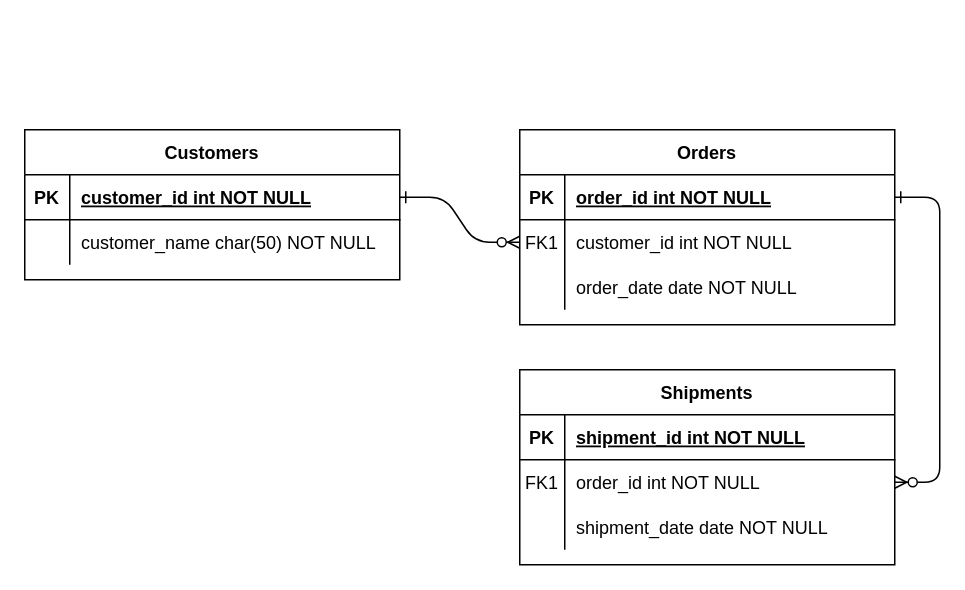
This is Untitled Diagram.drawio from Paiseley629/Assignment_1, a draw.io file, before an edit. Source tidied: cells renumbered, new cells numbered last; positions are measured from the earlier drawing's top-left corner, leaving out a move shared by most shapes. Both pictures are drawn from the tidied source at 150%, with x=0, y=0 at pixel (24, 129).
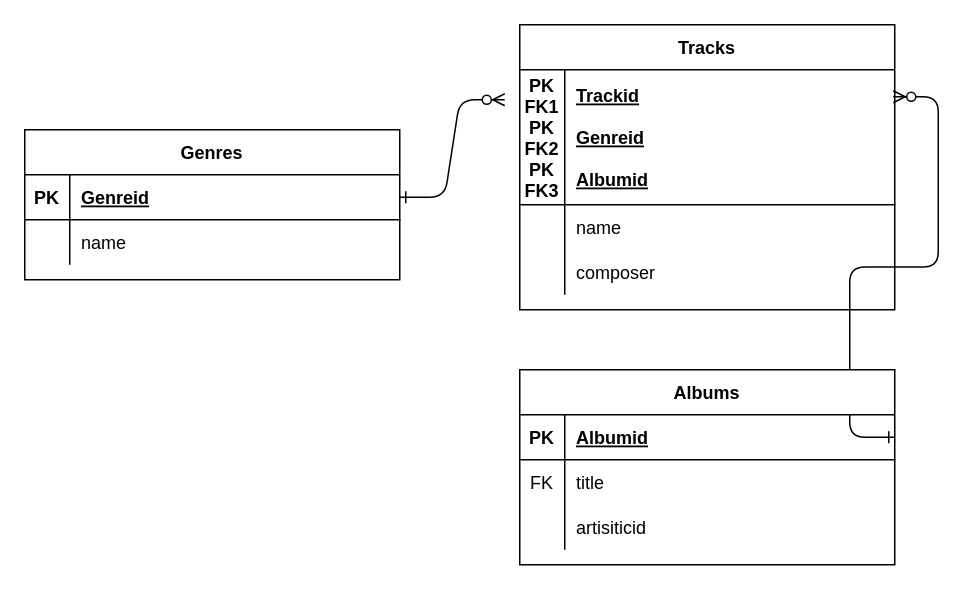
Above is the later version.

The change refers to these unchanged cells:
```xml
<mxCell id="15" style="shape=partialRectangle;fillColor=none;points=[[0,0.5],[1,0.5]];portConstraint=eastwest;top=0;left=0;right=0;bottom=1;" parent="14" vertex="1">
  <mxGeometry y="30" width="250" height="30" as="geometry" />
</mxCell>
<mxCell id="18" style="shape=partialRectangle;fillColor=none;points=[[0,0.5],[1,0.5]];portConstraint=eastwest;top=0;left=0;right=0;bottom=0;" parent="14" vertex="1">
  <mxGeometry y="60" width="250" height="30" as="geometry" />
</mxCell>
<mxCell id="21" style="shape=partialRectangle;fillColor=none;top=0;left=0;right=0;bottom=0;" parent="14" vertex="1">
  <mxGeometry y="90" width="250" height="30" as="geometry" />
</mxCell>
<mxCell id="25" style="shape=partialRectangle;fillColor=none;points=[[0,0.5],[1,0.5]];portConstraint=eastwest;top=0;left=0;right=0;bottom=1;" parent="24" vertex="1">
  <mxGeometry y="30" width="250" height="30" as="geometry" />
</mxCell>
<mxCell id="28" style="shape=partialRectangle;fillColor=none;top=0;left=0;right=0;bottom=0;" parent="24" vertex="1">
  <mxGeometry y="60" width="250" height="30" as="geometry" />
</mxCell>
```

Change to the diagram source:
```diff
@@
+    <mxCell id="3" style="edgeStyle=entityRelationEdgeStyle;endArrow=ERzeroToMany;startArrow=ERone;endFill=1;startFill=0;entryX=0.996;entryY=0.2;entryDx=0;entryDy=0;entryPerimeter=0;exitX=1;exitY=0.5;exitDx=0;exitDy=0;" parent="1" edge="1" source="15" target="5">
+      <mxGeometry relative="1" as="geometry" />
+    </mxCell>
-    <mxCell id="2" style="edgeStyle=entityRelationEdgeStyle;endArrow=ERzeroToMany;startArrow=ERone;endFill=1;startFill=0;" parent="1" edge="1" source="25" target="8">
-      <mxGeometry relative="1" as="geometry" />
+    <mxCell id="2" style="edgeStyle=entityRelationEdgeStyle;endArrow=ERzeroToMany;startArrow=ERone;endFill=1;startFill=0;" parent="1" edge="1" source="25">
+      <mxGeometry relative="1" as="geometry">
+        <mxPoint x="320" y="-20" as="targetPoint" />
+      </mxGeometry>
     </mxCell>
-    <mxCell id="3" style="edgeStyle=entityRelationEdgeStyle;endArrow=ERzeroToMany;startArrow=ERone;endFill=1;startFill=0;" parent="1" edge="1" source="5" target="18">
-      <mxGeometry relative="1" as="geometry" />
-    </mxCell>
-    <mxCell id="4" value="Orders" style="shape=table;startSize=30;childLayout=tableLayout;rowLines=0;fontStyle=1;align=center;" parent="1" vertex="1">
-      <mxGeometry x="330" width="250" height="130" as="geometry" />
+    <mxCell id="4" value="Tracks" style="shape=table;startSize=30;childLayout=tableLayout;rowLines=0;fontStyle=1;align=center;" parent="1" vertex="1">
+      <mxGeometry x="330" y="-70" width="250" height="190" as="geometry" />
     </mxCell>
     <mxCell id="5" style="shape=partialRectangle;fillColor=none;points=[[0,0.5],[1,0.5]];portConstraint=eastwest;top=0;left=0;right=0;bottom=1;" parent="4" vertex="1">
-      <mxGeometry y="30" width="250" height="30" as="geometry" />
+      <mxGeometry y="30" width="250" height="90" as="geometry" />
     </mxCell>
-    <mxCell id="6" value="PK" style="shape=partialRectangle;overflow=hidden;fillColor=none;top=0;left=0;bottom=0;right=0;fontStyle=1;" parent="5" vertex="1">
-      <mxGeometry width="30" height="30" as="geometry" />
+    <mxCell id="6" value="PK&#10;FK1&#10;PK&#10;FK2&#10;PK&#10;FK3" style="shape=partialRectangle;overflow=hidden;fillColor=none;top=0;left=0;bottom=0;right=0;fontStyle=1;" parent="5" vertex="1">
+      <mxGeometry width="30" height="90" as="geometry" />
     </mxCell>
-    <mxCell id="7" value="order_id int NOT NULL " style="shape=partialRectangle;overflow=hidden;fillColor=none;top=0;left=0;bottom=0;right=0;align=left;spacingLeft=6;fontStyle=5;" parent="5" vertex="1">
-      <mxGeometry x="30" width="220" height="30" as="geometry" />
+    <mxCell id="7" value="Trackid&#10;&#10;Genreid&#10;&#10;Albumid" style="shape=partialRectangle;overflow=hidden;fillColor=none;top=0;left=0;bottom=0;right=0;align=left;spacingLeft=6;fontStyle=5;strokeWidth=1;" parent="5" vertex="1">
+      <mxGeometry x="30" width="220" height="90" as="geometry" />
     </mxCell>
     <mxCell id="8" style="shape=partialRectangle;fillColor=none;points=[[0,0.5],[1,0.5]];portConstraint=eastwest;top=0;left=0;right=0;bottom=0;" parent="4" vertex="1">
-      <mxGeometry y="60" width="250" height="30" as="geometry" />
+      <mxGeometry y="120" width="250" height="30" as="geometry" />
     </mxCell>
-    <mxCell id="9" value="FK1" style="shape=partialRectangle;overflow=hidden;fillColor=none;top=0;left=0;bottom=0;right=0;" parent="8" vertex="1">
+    <mxCell id="9" style="shape=partialRectangle;overflow=hidden;fillColor=none;top=0;left=0;bottom=0;right=0;" parent="8" vertex="1">
       <mxGeometry width="30" height="30" as="geometry" />
     </mxCell>
-    <mxCell id="10" value="customer_id int NOT NULL" style="shape=partialRectangle;overflow=hidden;fillColor=none;top=0;left=0;bottom=0;right=0;align=left;spacingLeft=6;" parent="8" vertex="1">
+    <mxCell id="10" value="name" style="shape=partialRectangle;overflow=hidden;fillColor=none;top=0;left=0;bottom=0;right=0;align=left;spacingLeft=6;" parent="8" vertex="1">
       <mxGeometry x="30" width="220" height="30" as="geometry" />
     </mxCell>
     <mxCell id="11" style="shape=partialRectangle;fillColor=none;top=0;left=0;right=0;bottom=0;" parent="4" vertex="1">
-      <mxGeometry y="90" width="250" height="30" as="geometry" />
+      <mxGeometry y="150" width="250" height="30" as="geometry" />
     </mxCell>
@@
-    <mxCell id="13" value="order_date date NOT NULL" style="shape=partialRectangle;overflow=hidden;fillColor=none;top=0;left=0;bottom=0;right=0;align=left;spacingLeft=6;" parent="11" vertex="1">
+    <mxCell id="13" value="composer" style="shape=partialRectangle;overflow=hidden;fillColor=none;top=0;left=0;bottom=0;right=0;align=left;spacingLeft=6;" parent="11" vertex="1">
       <mxGeometry x="30" width="220" height="30" as="geometry" />
     </mxCell>
+    <mxCell id="31" style="edgeStyle=orthogonalEdgeStyle;rounded=0;orthogonalLoop=1;jettySize=auto;html=1;exitX=1;exitY=0.5;exitDx=0;exitDy=0;" parent="4" edge="1" source="5" target="5">
+      <mxGeometry relative="1" as="geometry" />
+    </mxCell>
-    <mxCell id="14" value="Shipments" style="shape=table;startSize=30;childLayout=tableLayout;rowLines=0;fontStyle=1;align=center;" parent="1" vertex="1">
+    <mxCell id="14" value="Albums" style="shape=table;startSize=30;childLayout=tableLayout;rowLines=0;fontStyle=1;align=center;" parent="1" vertex="1">
       <mxGeometry x="330" y="160" width="250" height="130" as="geometry" />
     </mxCell>
@@
-    <mxCell id="17" value="shipment_id int NOT NULL " style="shape=partialRectangle;overflow=hidden;fillColor=none;top=0;left=0;bottom=0;right=0;align=left;spacingLeft=6;fontStyle=5;" parent="15" vertex="1">
+    <mxCell id="17" value="Albumid" style="shape=partialRectangle;overflow=hidden;fillColor=none;top=0;left=0;bottom=0;right=0;align=left;spacingLeft=6;fontStyle=5;" parent="15" vertex="1">
       <mxGeometry x="30" width="220" height="30" as="geometry" />
     </mxCell>
@@
-    <mxCell id="19" value="FK1" style="shape=partialRectangle;overflow=hidden;fillColor=none;top=0;left=0;bottom=0;right=0;" parent="18" vertex="1">
+    <mxCell id="19" value="FK" style="shape=partialRectangle;overflow=hidden;fillColor=none;top=0;left=0;bottom=0;right=0;" parent="18" vertex="1">
       <mxGeometry width="30" height="30" as="geometry" />
     </mxCell>
-    <mxCell id="20" value="order_id int NOT NULL" style="shape=partialRectangle;overflow=hidden;fillColor=none;top=0;left=0;bottom=0;right=0;align=left;spacingLeft=6;" parent="18" vertex="1">
+    <mxCell id="20" value="title" style="shape=partialRectangle;overflow=hidden;fillColor=none;top=0;left=0;bottom=0;right=0;align=left;spacingLeft=6;" parent="18" vertex="1">
       <mxGeometry x="30" width="220" height="30" as="geometry" />
     </mxCell>
@@
-    <mxCell id="23" value="shipment_date date NOT NULL" style="shape=partialRectangle;overflow=hidden;fillColor=none;top=0;left=0;bottom=0;right=0;align=left;spacingLeft=6;" parent="21" vertex="1">
+    <mxCell id="23" value="artisiticid" style="shape=partialRectangle;overflow=hidden;fillColor=none;top=0;left=0;bottom=0;right=0;align=left;spacingLeft=6;" parent="21" vertex="1">
       <mxGeometry x="30" width="220" height="30" as="geometry" />
     </mxCell>
-    <mxCell id="24" value="Customers" style="shape=table;startSize=30;childLayout=tableLayout;rowLines=0;fontStyle=1;align=center;" parent="1" vertex="1">
+    <mxCell id="24" value="Genres" style="shape=table;startSize=30;childLayout=tableLayout;rowLines=0;fontStyle=1;align=center;" parent="1" vertex="1">
       <mxGeometry width="250" height="100" as="geometry" />
     </mxCell>
@@
-    <mxCell id="27" value="customer_id int NOT NULL " style="shape=partialRectangle;overflow=hidden;fillColor=none;top=0;left=0;bottom=0;right=0;align=left;spacingLeft=6;fontStyle=5;" parent="25" vertex="1">
+    <mxCell id="27" value="Genreid" style="shape=partialRectangle;overflow=hidden;fillColor=none;top=0;left=0;bottom=0;right=0;align=left;spacingLeft=6;fontStyle=5;" parent="25" vertex="1">
       <mxGeometry x="30" width="220" height="30" as="geometry" />
     </mxCell>
@@
-    <mxCell id="30" value="customer_name char(50) NOT NULL" style="shape=partialRectangle;overflow=hidden;fillColor=none;top=0;left=0;bottom=0;right=0;align=left;spacingLeft=6;" parent="28" vertex="1">
+    <mxCell id="30" value="name" style="shape=partialRectangle;overflow=hidden;fillColor=none;top=0;left=0;bottom=0;right=0;align=left;spacingLeft=6;" parent="28" vertex="1">
       <mxGeometry x="30" width="220" height="30" as="geometry" />
     </mxCell>
```
